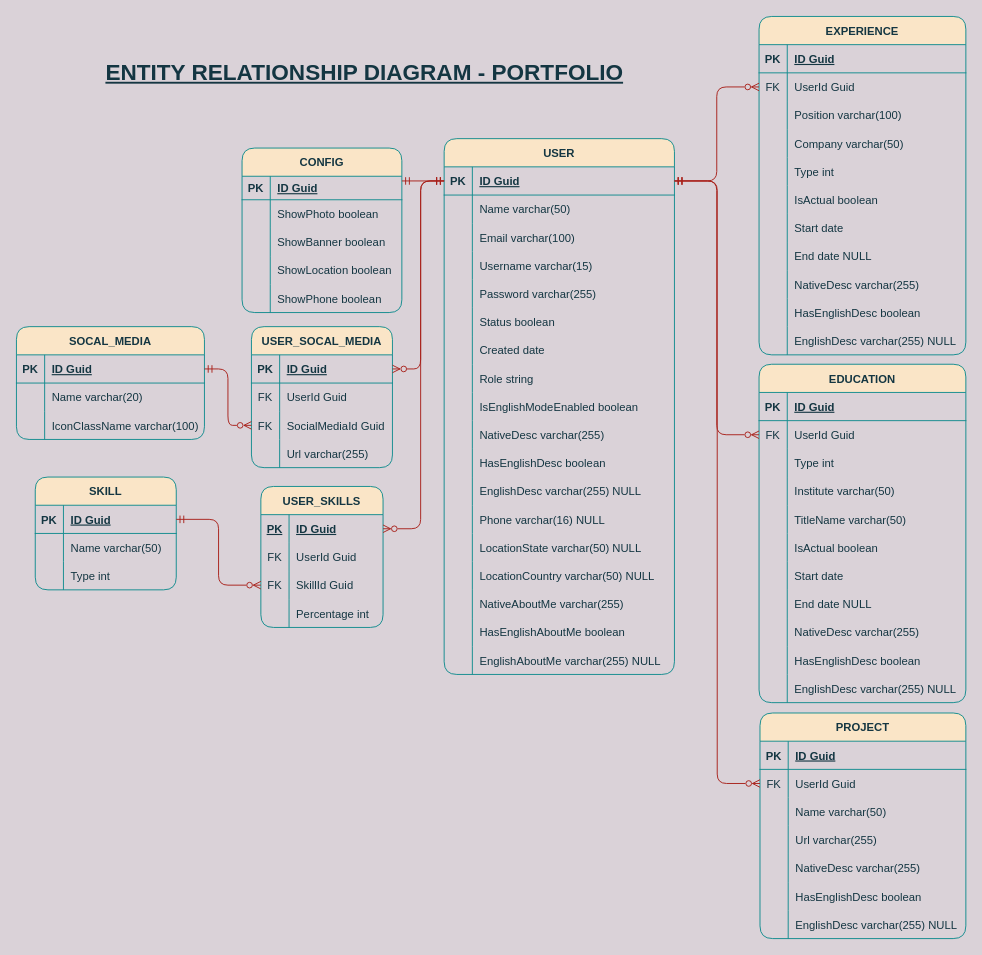
tiagoramirez/portfolio-backend-dotnet keeps this draw.io diagram as Database/Entity Relationship Diagram.drawio. Above is the earlier version. Source tidied: cells renumbered, new cells numbered last; positions are measured from the earlier drawing's top-left corner, leaving out a move shared by most shapes. Both pictures are drawn from the tidied source at 94%, with x=0, y=0 at pixel (16, 16).
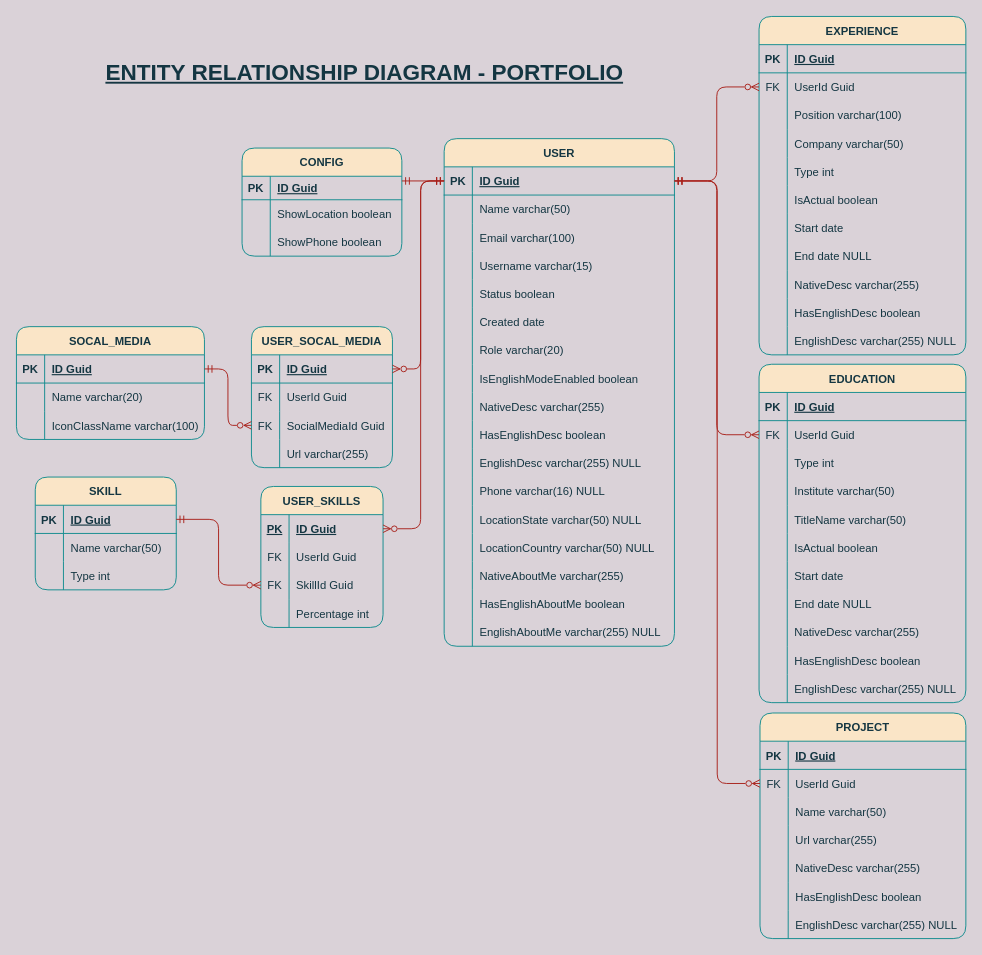
After the change.

Diff of the diagram source:
```diff
@@
     <mxCell id="91" value="CONFIG" style="shape=table;startSize=30;childLayout=tableLayout;rowLines=0;fontStyle=1;align=center;fillColor=#FAE5C7;strokeColor=#0F8B8D;fontColor=#143642;rounded=1;labelBackgroundColor=none;" parent="1" vertex="1">
-      <mxGeometry x="240" y="140" width="170" height="175" as="geometry" />
+      <mxGeometry x="240" y="140" width="170" height="115" as="geometry" />
     </mxCell>
@@
-    <mxCell id="95" style="shape=partialRectangle;fillColor=none;top=0;left=0;bottom=0;right=0;strokeColor=#0F8B8D;fontColor=#143642;rounded=1;labelBackgroundColor=none;" parent="91" vertex="1">
-      <mxGeometry y="55" width="170" height="30" as="geometry" />
-    </mxCell>
-    <mxCell id="96" style="shape=partialRectangle;fillColor=none;top=0;left=0;bottom=0;right=0;overflow=hidden;strokeColor=#0F8B8D;fontColor=#143642;rounded=1;labelBackgroundColor=none;" parent="95" vertex="1">
-      <mxGeometry width="30" height="30" as="geometry" />
-    </mxCell>
-    <mxCell id="97" value="ShowPhoto boolean" style="shape=partialRectangle;fillColor=none;top=0;left=0;bottom=0;right=0;align=left;spacingLeft=6;overflow=hidden;strokeColor=#0F8B8D;fontColor=#143642;rounded=1;labelBackgroundColor=none;" parent="95" vertex="1">
-      <mxGeometry x="30" width="140" height="30" as="geometry" />
-    </mxCell>
-    <mxCell id="98" style="shape=partialRectangle;fillColor=none;top=0;left=0;bottom=0;right=0;strokeColor=#0F8B8D;fontColor=#143642;rounded=1;labelBackgroundColor=none;" parent="91" vertex="1">
-      <mxGeometry y="85" width="170" height="30" as="geometry" />
-    </mxCell>
-    <mxCell id="99" style="shape=partialRectangle;fillColor=none;top=0;left=0;bottom=0;right=0;overflow=hidden;strokeColor=#0F8B8D;fontColor=#143642;rounded=1;labelBackgroundColor=none;" parent="98" vertex="1">
-      <mxGeometry width="30" height="30" as="geometry" />
-    </mxCell>
-    <mxCell id="100" value="ShowBanner boolean" style="shape=partialRectangle;fillColor=none;top=0;left=0;bottom=0;right=0;align=left;spacingLeft=6;overflow=hidden;strokeColor=#0F8B8D;fontColor=#143642;rounded=1;labelBackgroundColor=none;" parent="98" vertex="1">
-      <mxGeometry x="30" width="140" height="30" as="geometry" />
-    </mxCell>
     <mxCell id="101" style="shape=partialRectangle;fillColor=none;top=0;left=0;bottom=0;right=0;strokeColor=#0F8B8D;fontColor=#143642;rounded=1;labelBackgroundColor=none;" parent="91" vertex="1">
-      <mxGeometry y="115" width="170" height="30" as="geometry" />
+      <mxGeometry y="55" width="170" height="30" as="geometry" />
     </mxCell>
@@
     <mxCell id="104" style="shape=partialRectangle;fillColor=none;top=0;left=0;bottom=0;right=0;strokeColor=#0F8B8D;fontColor=#143642;rounded=1;labelBackgroundColor=none;" parent="91" vertex="1">
-      <mxGeometry y="145" width="170" height="30" as="geometry" />
+      <mxGeometry y="85" width="170" height="30" as="geometry" />
     </mxCell>
@@
     <mxCell id="107" value="USER" style="shape=table;startSize=30;childLayout=tableLayout;rowLines=0;fontStyle=1;align=center;fillColor=#FAE5C7;strokeColor=#0F8B8D;fontColor=#143642;rounded=1;labelBackgroundColor=none;" parent="1" vertex="1">
-      <mxGeometry x="455" y="130" width="245" height="570" as="geometry" />
+      <mxGeometry x="455" y="130" width="245" height="540" as="geometry" />
     </mxCell>
@@
-    <mxCell id="120" style="shape=partialRectangle;fillColor=none;top=0;left=0;bottom=0;right=0;strokeColor=#0F8B8D;fontColor=#143642;rounded=1;labelBackgroundColor=none;" parent="107" vertex="1">
-      <mxGeometry y="150" width="245" height="30" as="geometry" />
-    </mxCell>
-    <mxCell id="121" style="shape=partialRectangle;fillColor=none;top=0;left=0;bottom=0;right=0;overflow=hidden;strokeColor=#0F8B8D;fontColor=#143642;rounded=1;labelBackgroundColor=none;" parent="120" vertex="1">
-      <mxGeometry width="30" height="30" as="geometry" />
-    </mxCell>
-    <mxCell id="122" value="Password varchar(255)" style="shape=partialRectangle;fillColor=none;top=0;left=0;bottom=0;right=0;align=left;spacingLeft=6;overflow=hidden;strokeColor=#0F8B8D;fontColor=#143642;rounded=1;labelBackgroundColor=none;" parent="120" vertex="1">
-      <mxGeometry x="30" width="215" height="30" as="geometry" />
-    </mxCell>
     <mxCell id="123" style="shape=partialRectangle;fillColor=none;top=0;left=0;bottom=0;right=0;strokeColor=#0F8B8D;fontColor=#143642;rounded=1;labelBackgroundColor=none;" parent="107" vertex="1">
-      <mxGeometry y="180" width="245" height="30" as="geometry" />
+      <mxGeometry y="150" width="245" height="30" as="geometry" />
     </mxCell>
@@
     <mxCell id="126" style="shape=partialRectangle;fillColor=none;top=0;left=0;bottom=0;right=0;strokeColor=#0F8B8D;fontColor=#143642;rounded=1;labelBackgroundColor=none;" parent="107" vertex="1">
-      <mxGeometry y="210" width="245" height="30" as="geometry" />
+      <mxGeometry y="180" width="245" height="30" as="geometry" />
     </mxCell>
@@
     <mxCell id="129" style="shape=partialRectangle;fillColor=none;top=0;left=0;bottom=0;right=0;strokeColor=#0F8B8D;fontColor=#143642;rounded=1;labelBackgroundColor=none;" parent="107" vertex="1">
-      <mxGeometry y="240" width="245" height="30" as="geometry" />
+      <mxGeometry y="210" width="245" height="30" as="geometry" />
     </mxCell>
@@
-    <mxCell id="131" value="Role string" style="shape=partialRectangle;fillColor=none;top=0;left=0;bottom=0;right=0;align=left;spacingLeft=6;overflow=hidden;strokeColor=#0F8B8D;fontColor=#143642;rounded=1;labelBackgroundColor=none;" parent="129" vertex="1">
+    <mxCell id="131" value="Role varchar(20)" style="shape=partialRectangle;fillColor=none;top=0;left=0;bottom=0;right=0;align=left;spacingLeft=6;overflow=hidden;strokeColor=#0F8B8D;fontColor=#143642;rounded=1;labelBackgroundColor=none;" parent="129" vertex="1">
       <mxGeometry x="30" width="215" height="30" as="geometry" />
     </mxCell>
     <mxCell id="132" style="shape=partialRectangle;fillColor=none;top=0;left=0;bottom=0;right=0;strokeColor=#0F8B8D;fontColor=#143642;rounded=1;labelBackgroundColor=none;" parent="107" vertex="1">
-      <mxGeometry y="270" width="245" height="30" as="geometry" />
+      <mxGeometry y="240" width="245" height="30" as="geometry" />
     </mxCell>
@@
     <mxCell id="135" style="shape=partialRectangle;fillColor=none;top=0;left=0;bottom=0;right=0;strokeColor=#0F8B8D;fontColor=#143642;rounded=1;labelBackgroundColor=none;" parent="107" vertex="1">
-      <mxGeometry y="300" width="245" height="30" as="geometry" />
+      <mxGeometry y="270" width="245" height="30" as="geometry" />
     </mxCell>
@@
     <mxCell id="138" style="shape=partialRectangle;fillColor=none;top=0;left=0;bottom=0;right=0;strokeColor=#0F8B8D;fontColor=#143642;rounded=1;labelBackgroundColor=none;" parent="107" vertex="1">
-      <mxGeometry y="330" width="245" height="30" as="geometry" />
+      <mxGeometry y="300" width="245" height="30" as="geometry" />
     </mxCell>
@@
     <mxCell id="141" style="shape=partialRectangle;fillColor=none;top=0;left=0;bottom=0;right=0;strokeColor=#0F8B8D;fontColor=#143642;rounded=1;labelBackgroundColor=none;" parent="107" vertex="1">
-      <mxGeometry y="360" width="245" height="30" as="geometry" />
+      <mxGeometry y="330" width="245" height="30" as="geometry" />
     </mxCell>
@@
     <mxCell id="144" style="shape=partialRectangle;fillColor=none;top=0;left=0;bottom=0;right=0;strokeColor=#0F8B8D;fontColor=#143642;rounded=1;labelBackgroundColor=none;" parent="107" vertex="1">
-      <mxGeometry y="390" width="245" height="30" as="geometry" />
+      <mxGeometry y="360" width="245" height="30" as="geometry" />
     </mxCell>
@@
     <mxCell id="147" style="shape=partialRectangle;fillColor=none;top=0;left=0;bottom=0;right=0;strokeColor=#0F8B8D;fontColor=#143642;rounded=1;labelBackgroundColor=none;" parent="107" vertex="1">
-      <mxGeometry y="420" width="245" height="30" as="geometry" />
+      <mxGeometry y="390" width="245" height="30" as="geometry" />
     </mxCell>
@@
     <mxCell id="150" style="shape=partialRectangle;fillColor=none;top=0;left=0;bottom=0;right=0;strokeColor=#0F8B8D;fontColor=#143642;rounded=1;labelBackgroundColor=none;" parent="107" vertex="1">
-      <mxGeometry y="450" width="245" height="30" as="geometry" />
+      <mxGeometry y="420" width="245" height="30" as="geometry" />
     </mxCell>
@@
     <mxCell id="153" style="shape=partialRectangle;fillColor=none;top=0;left=0;bottom=0;right=0;strokeColor=#0F8B8D;fontColor=#143642;rounded=1;labelBackgroundColor=none;" parent="107" vertex="1">
-      <mxGeometry y="480" width="245" height="30" as="geometry" />
+      <mxGeometry y="450" width="245" height="30" as="geometry" />
     </mxCell>
@@
     <mxCell id="156" style="shape=partialRectangle;fillColor=none;top=0;left=0;bottom=0;right=0;strokeColor=#0F8B8D;fontColor=#143642;rounded=1;labelBackgroundColor=none;" parent="107" vertex="1">
-      <mxGeometry y="510" width="245" height="30" as="geometry" />
+      <mxGeometry y="480" width="245" height="30" as="geometry" />
     </mxCell>
@@
     <mxCell id="159" style="shape=partialRectangle;fillColor=none;top=0;left=0;bottom=0;right=0;strokeColor=#0F8B8D;fontColor=#143642;rounded=1;labelBackgroundColor=none;" parent="107" vertex="1">
-      <mxGeometry y="540" width="245" height="30" as="geometry" />
+      <mxGeometry y="510" width="245" height="30" as="geometry" />
     </mxCell>
```
